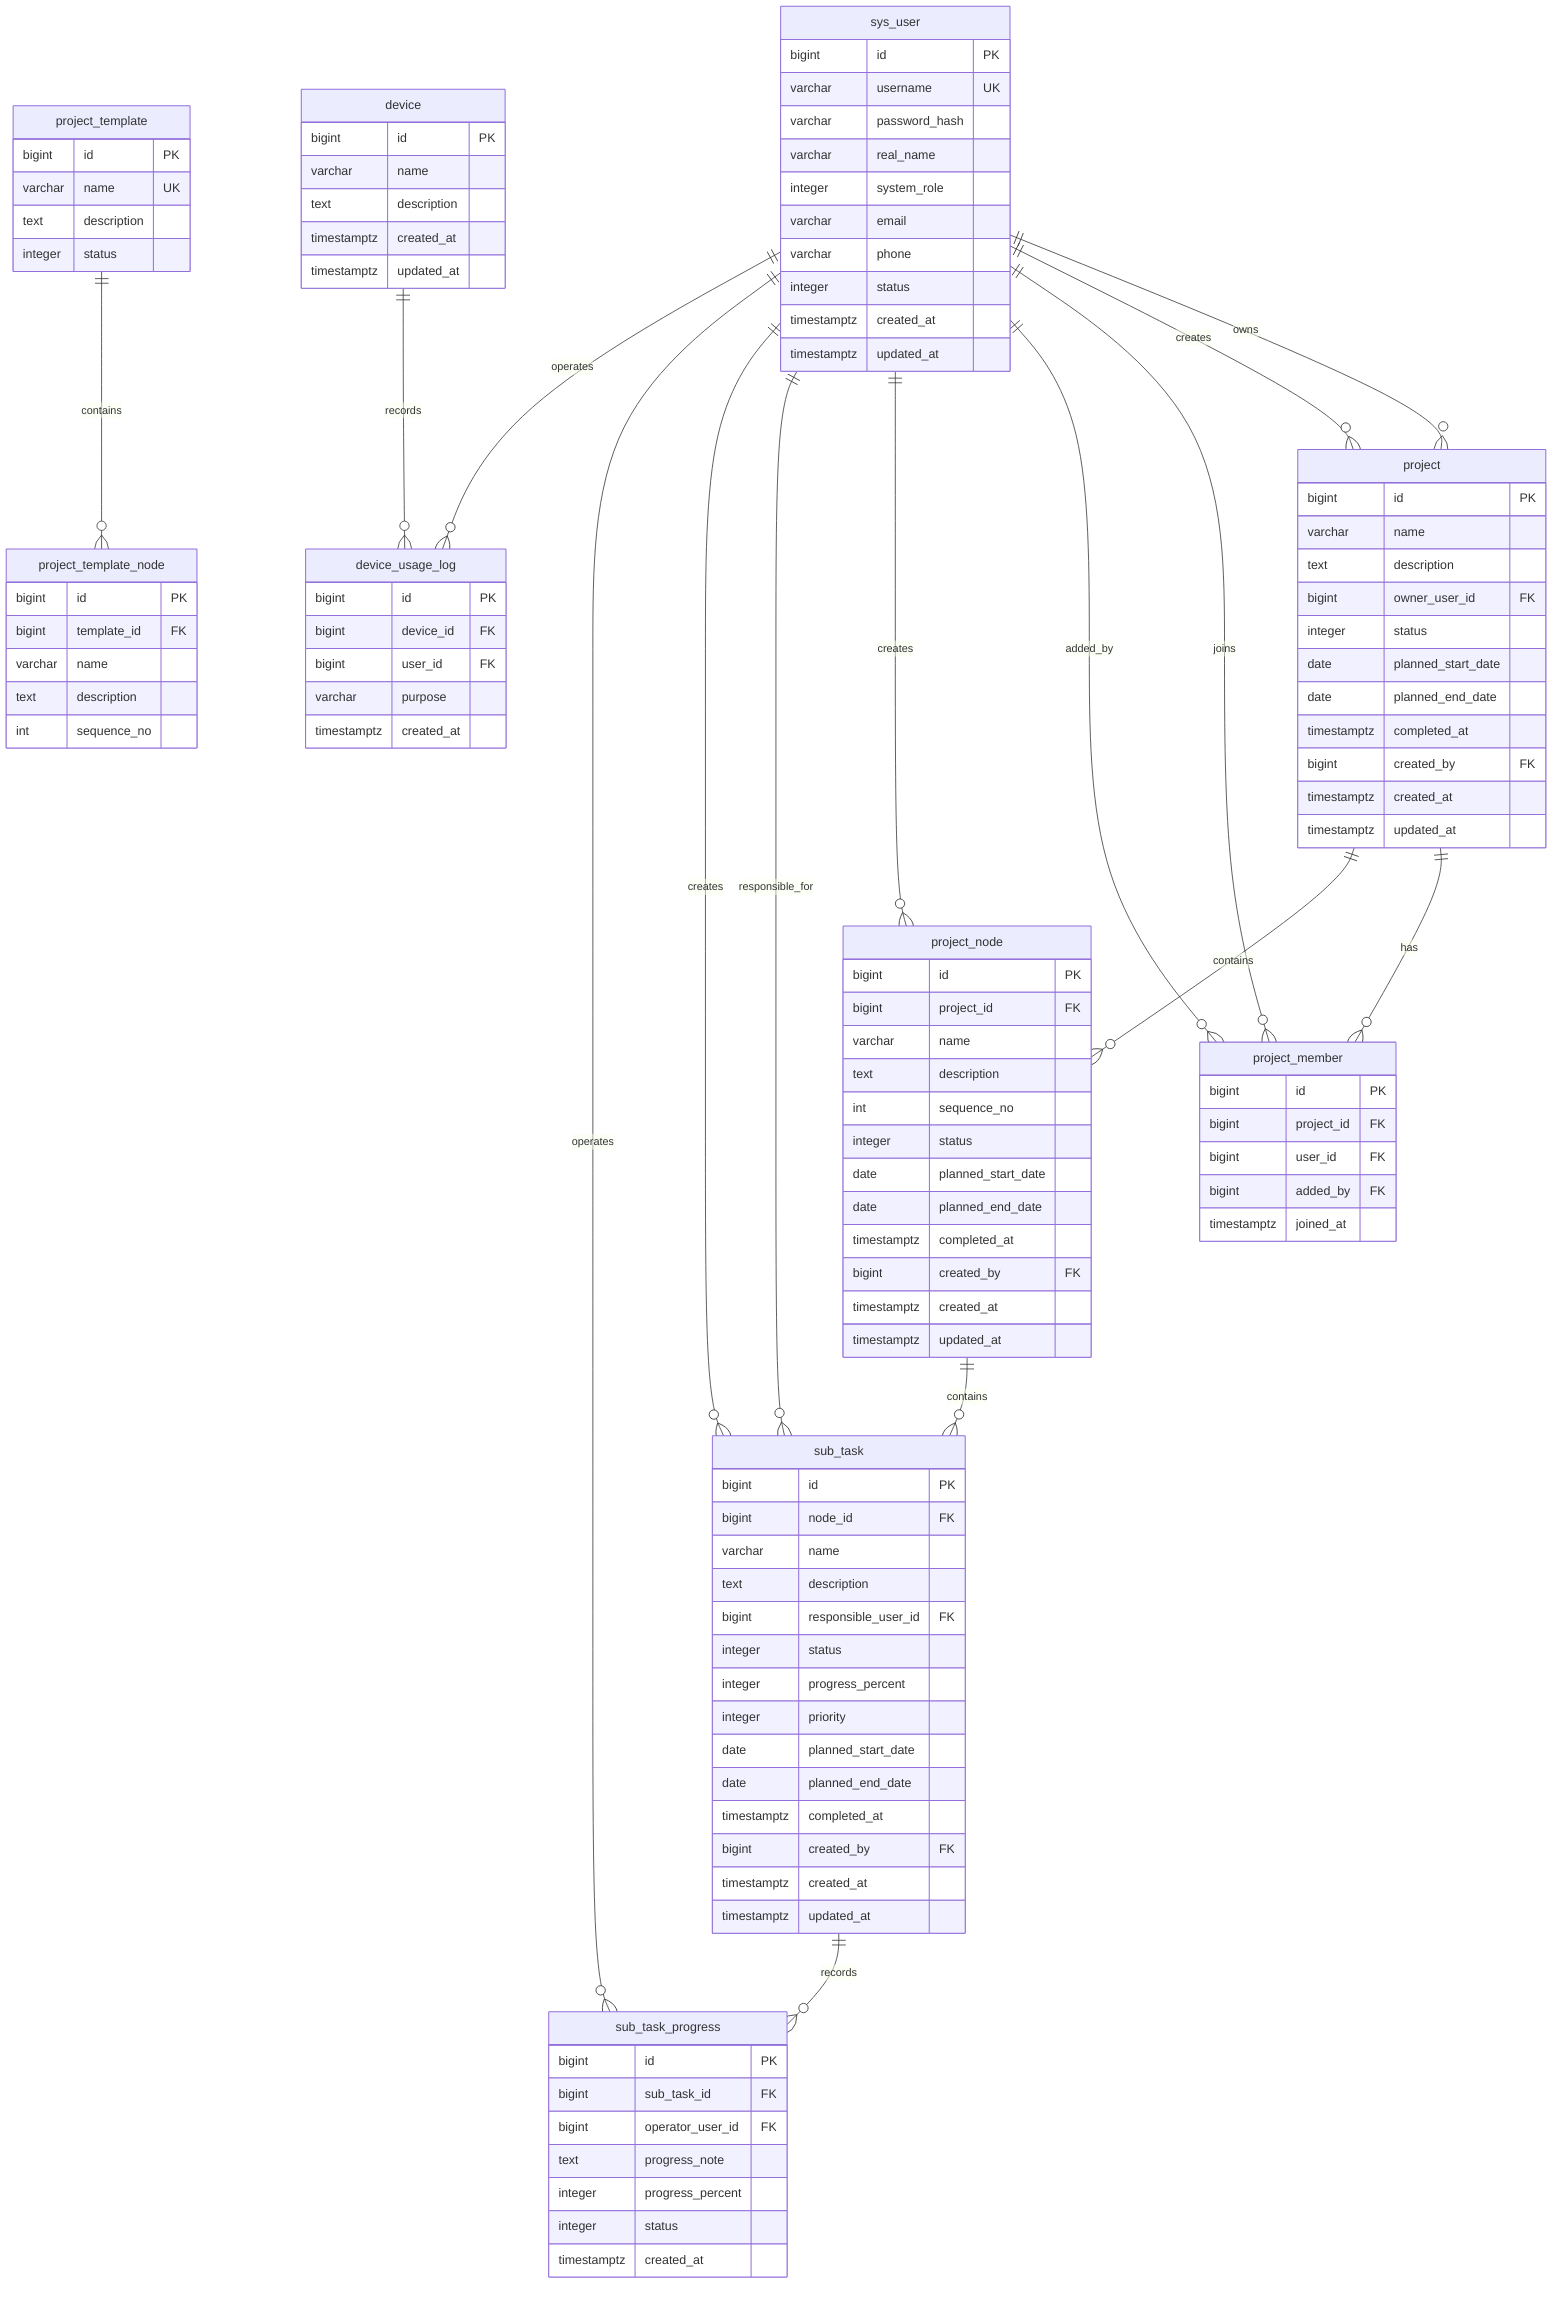
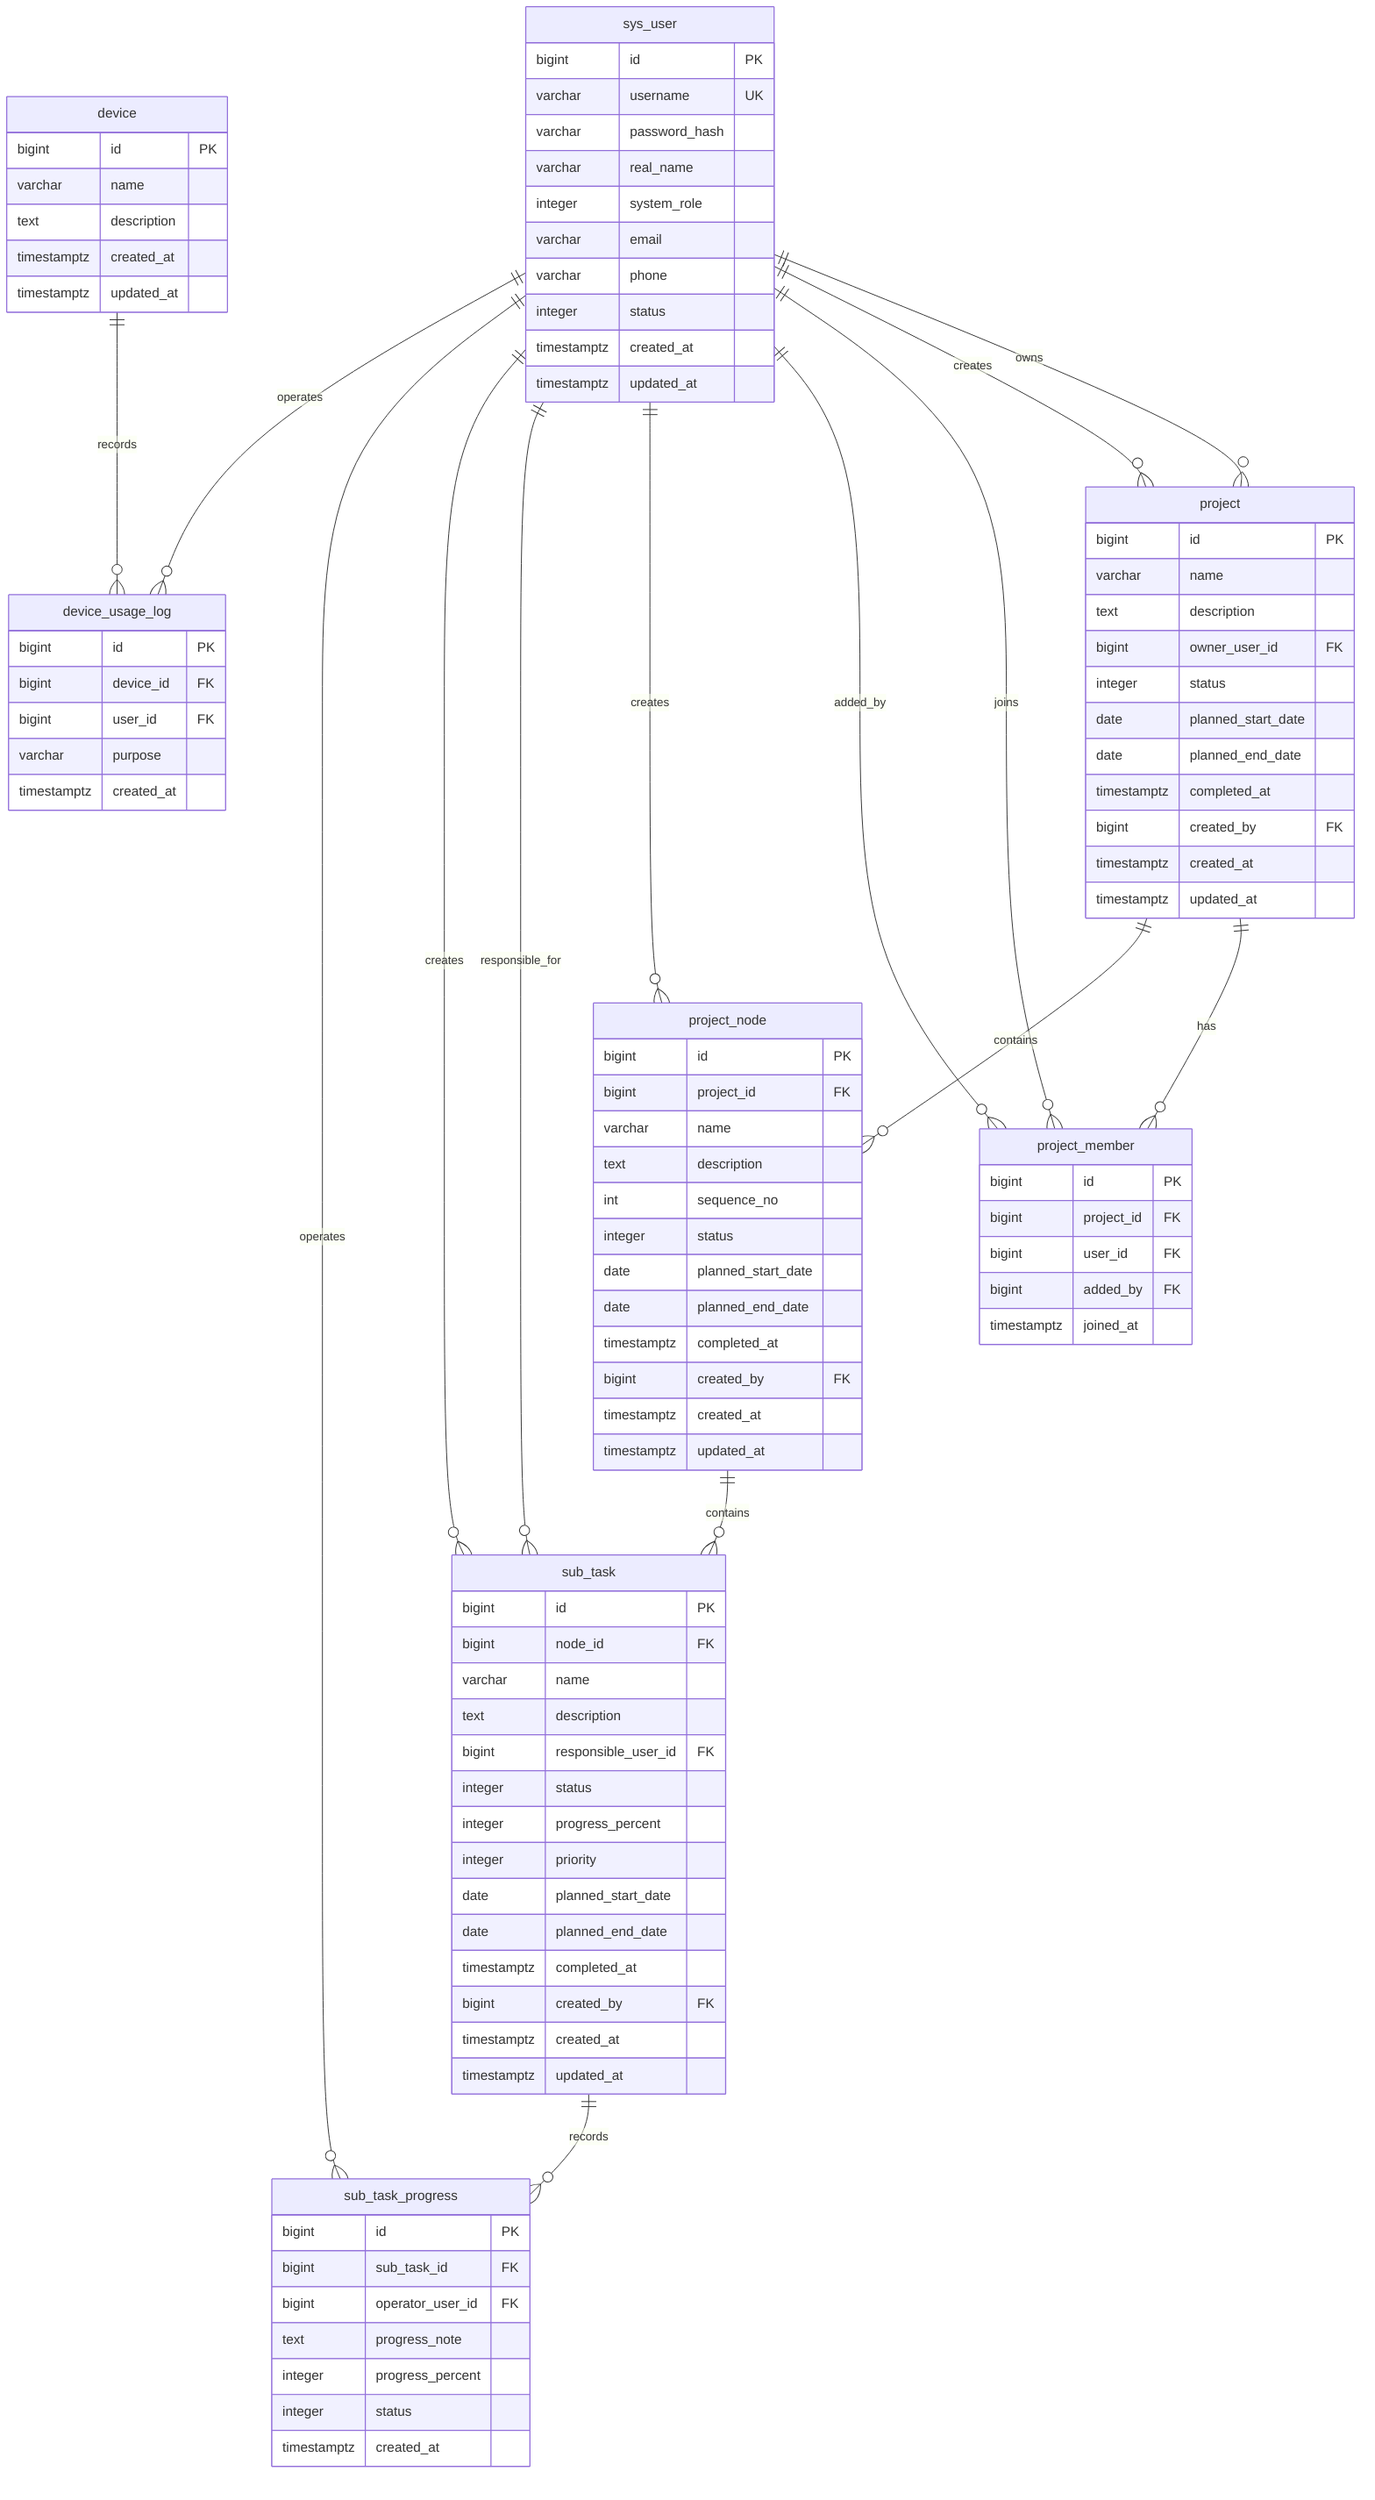
%% 从 db/migrations/001_init_schema.sql 提取的 Mermaid ER 图源码
%% 用法：将本文件内容粘贴到 Mermaid Live Editor，或在支持 Mermaid 的 Markdown 中引用
%% 说明：
%% 1. 重点表达实体、主键、主要字段和外键关系
%% 2. 复合唯一约束（如 project_id + user_id）不在字段标签中单独表达，仍以 SQL 为准

erDiagram
    sys_user {
        bigint id PK
        varchar username UK
        varchar password_hash
        varchar real_name
        integer system_role
        varchar email
        varchar phone
        integer status
        timestamptz created_at
        timestamptz updated_at
    }

    project {
        bigint id PK
        varchar name
        text description
        bigint owner_user_id FK
        integer status
        date planned_start_date
        date planned_end_date
        timestamptz completed_at
        bigint created_by FK
        timestamptz created_at
        timestamptz updated_at
    }

    project_member {
        bigint id PK
        bigint project_id FK
        bigint user_id FK
        bigint added_by FK
        timestamptz joined_at
    }

    project_node {
        bigint id PK
        bigint project_id FK
        varchar name
        text description
        int sequence_no
        integer status
        date planned_start_date
        date planned_end_date
        timestamptz completed_at
        bigint created_by FK
        timestamptz created_at
        timestamptz updated_at
    }

    sub_task {
        bigint id PK
        bigint node_id FK
        varchar name
        text description
        bigint responsible_user_id FK
        integer status
        integer progress_percent
        integer priority
        date planned_start_date
        date planned_end_date
        timestamptz completed_at
        bigint created_by FK
        timestamptz created_at
        timestamptz updated_at
    }

    sub_task_progress {
        bigint id PK
        bigint sub_task_id FK
        bigint operator_user_id FK
        text progress_note
        integer progress_percent
        integer status
        timestamptz created_at
    }

-     project_template {
-         bigint id PK
-         varchar name UK
-         text description
-         integer status
-     }
- 
-     project_template_node {
-         bigint id PK
-         bigint template_id FK
-         varchar name
-         text description
-         int sequence_no
-     }

    device {
        bigint id PK
        varchar name
        text description
        timestamptz created_at
        timestamptz updated_at
    }

    device_usage_log {
        bigint id PK
        bigint device_id FK
        bigint user_id FK
        varchar purpose
        timestamptz created_at
    }

    sys_user ||--o{ project : owns
    sys_user ||--o{ project : creates
    project ||--o{ project_member : has
    sys_user ||--o{ project_member : joins
    sys_user ||--o{ project_member : added_by

    project ||--o{ project_node : contains
    sys_user ||--o{ project_node : creates

    project_node ||--o{ sub_task : contains
    sys_user ||--o{ sub_task : responsible_for
    sys_user ||--o{ sub_task : creates

    sub_task ||--o{ sub_task_progress : records
    sys_user ||--o{ sub_task_progress : operates

-     project_template ||--o{ project_template_node : contains

    device ||--o{ device_usage_log : records
    sys_user ||--o{ device_usage_log : operates
